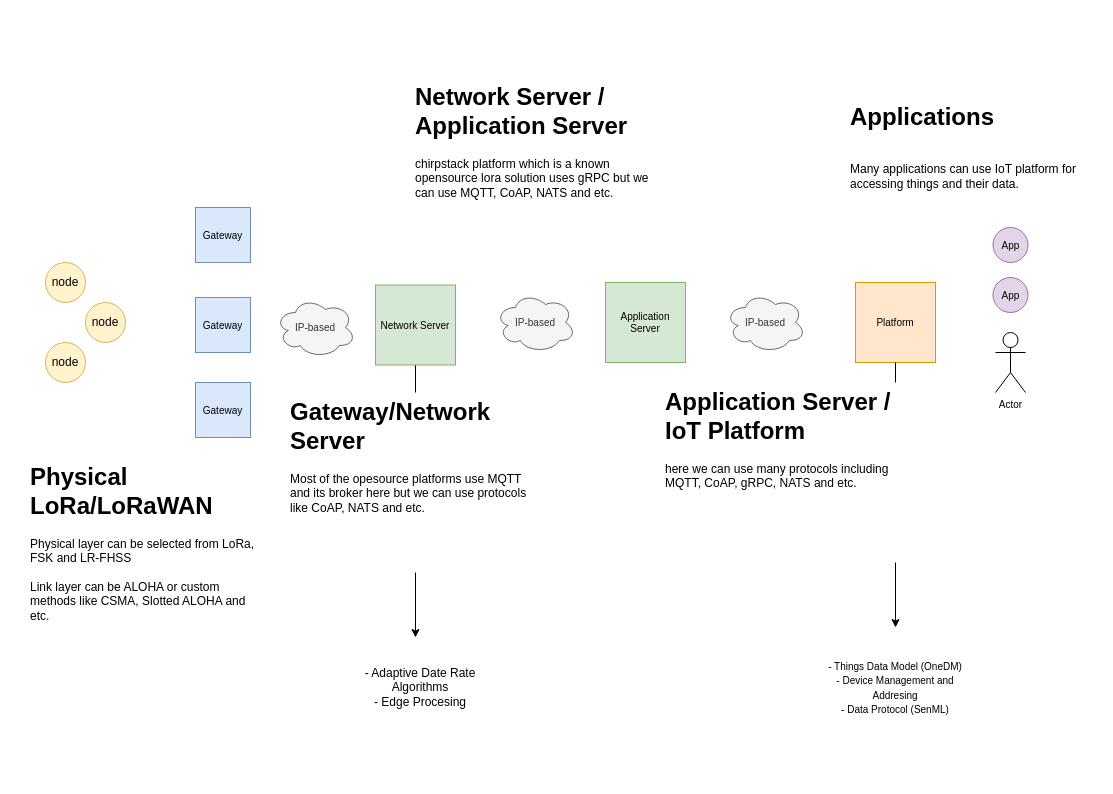
Before: page "e2e lorawan" (1 of 2) of architectures/e2e-iot.drawio in citado/RoadToPhD, a draw.io diagram. Source tidied: cells renumbered, new cells numbered last; positions are measured from the earlier drawing's top-left corner, leaving out a move shared by most shapes. Both pictures are drawn from the tidied source at 100%, with x=0, y=0 at pixel (25, 77).
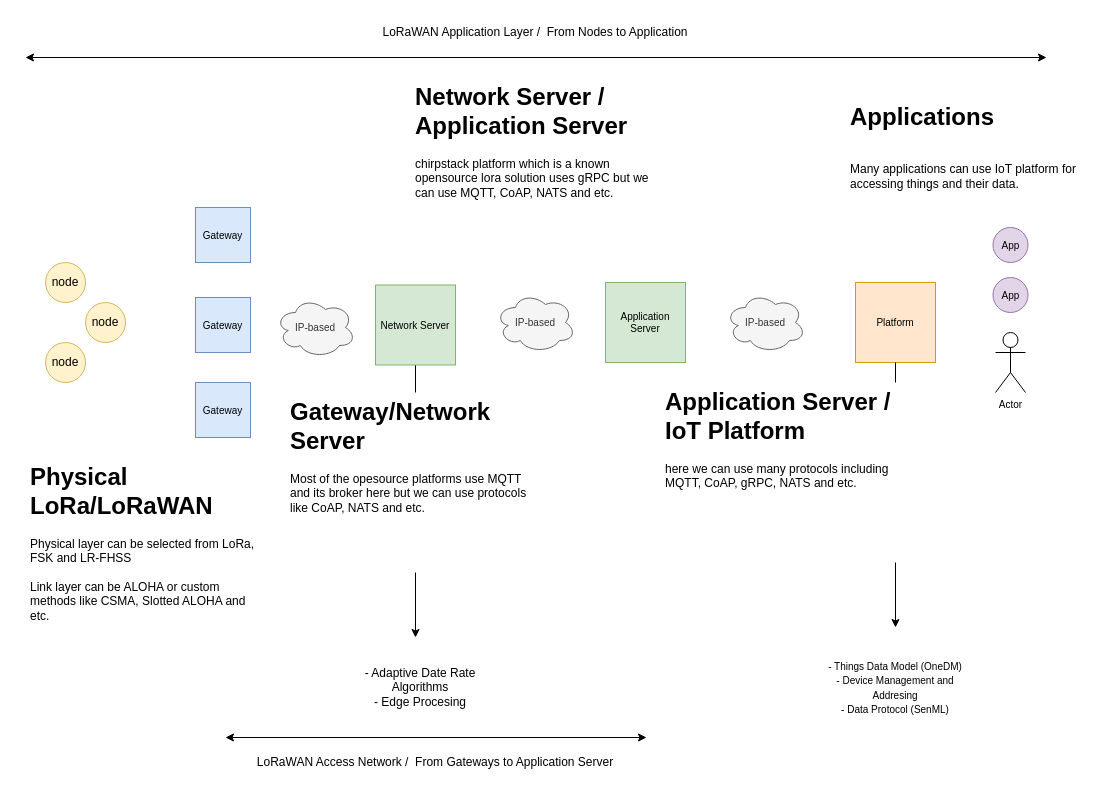
The same diagram, later.

Diff of the diagram source:
```diff
@@
+    <mxCell id="27" style="endArrow=classic;startArrow=classic;html=1;rounded=0;" parent="1" edge="1">
+      <mxGeometry relative="1" as="geometry">
+        <mxPoint y="-20" as="sourcePoint" />
+        <mxPoint x="1021" y="-20" as="targetPoint" />
+      </mxGeometry>
+    </mxCell>
+    <mxCell id="28" style="endArrow=classic;startArrow=classic;html=1;rounded=0;" parent="1" edge="1">
+      <mxGeometry relative="1" as="geometry">
+        <mxPoint x="200" y="660" as="sourcePoint" />
+        <mxPoint x="621" y="660" as="targetPoint" />
+      </mxGeometry>
+    </mxCell>
+    <mxCell id="29" value="LoRaWAN Application Layer /&amp;nbsp; From Nodes to Application" style="text;html=1;strokeColor=none;fillColor=none;align=center;verticalAlign=middle;whiteSpace=wrap;rounded=0;" parent="1" vertex="1">
+      <mxGeometry x="335" y="-60" width="350" height="30" as="geometry" />
+    </mxCell>
+    <mxCell id="30" value="LoRaWAN Access Network /&amp;nbsp; From Gateways to Application Server" style="text;html=1;strokeColor=none;fillColor=none;align=center;verticalAlign=middle;whiteSpace=wrap;rounded=0;" parent="1" vertex="1">
+      <mxGeometry x="225" y="670" width="370" height="30" as="geometry" />
+    </mxCell>
```
